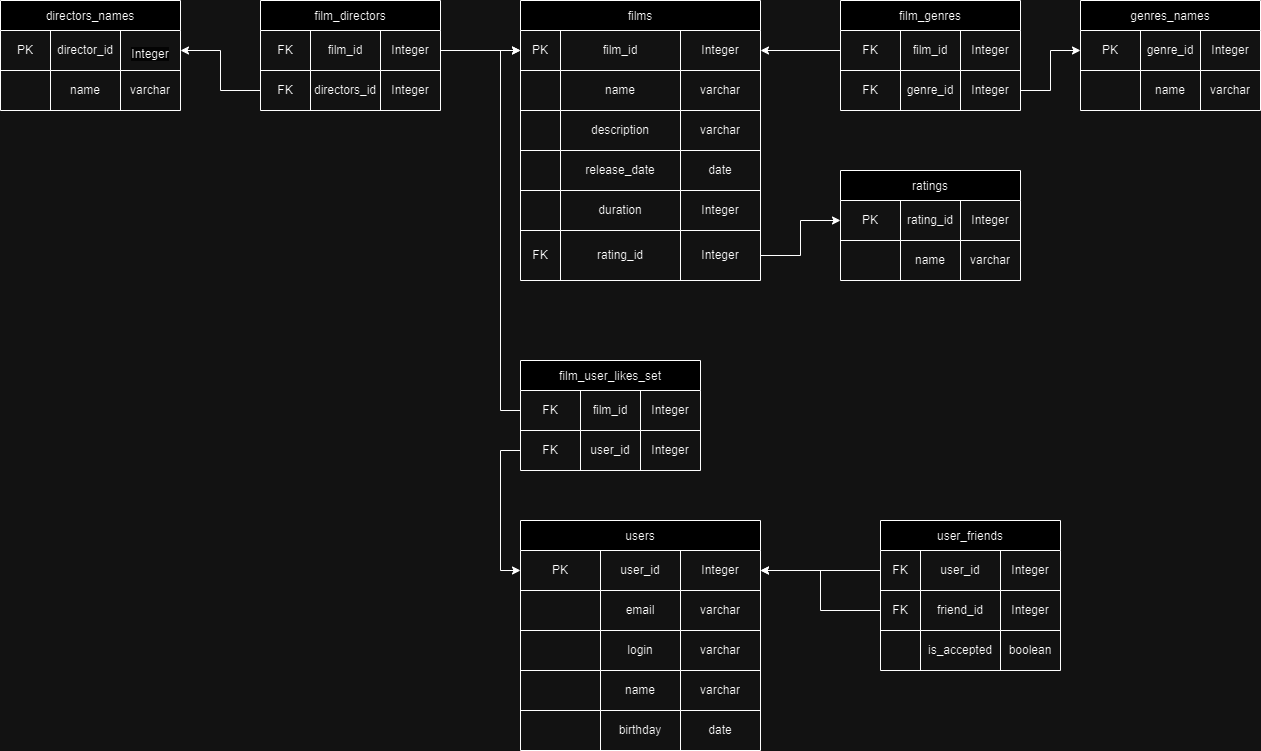
Above: filmorate_database.drawio.png in TimmyJimmy5/java-filmorate (draw.io), before the change. Source tidied: cells renumbered, new cells last; positions are measured from the earlier drawing's top-left corner, leaving out a move shared by most shapes.
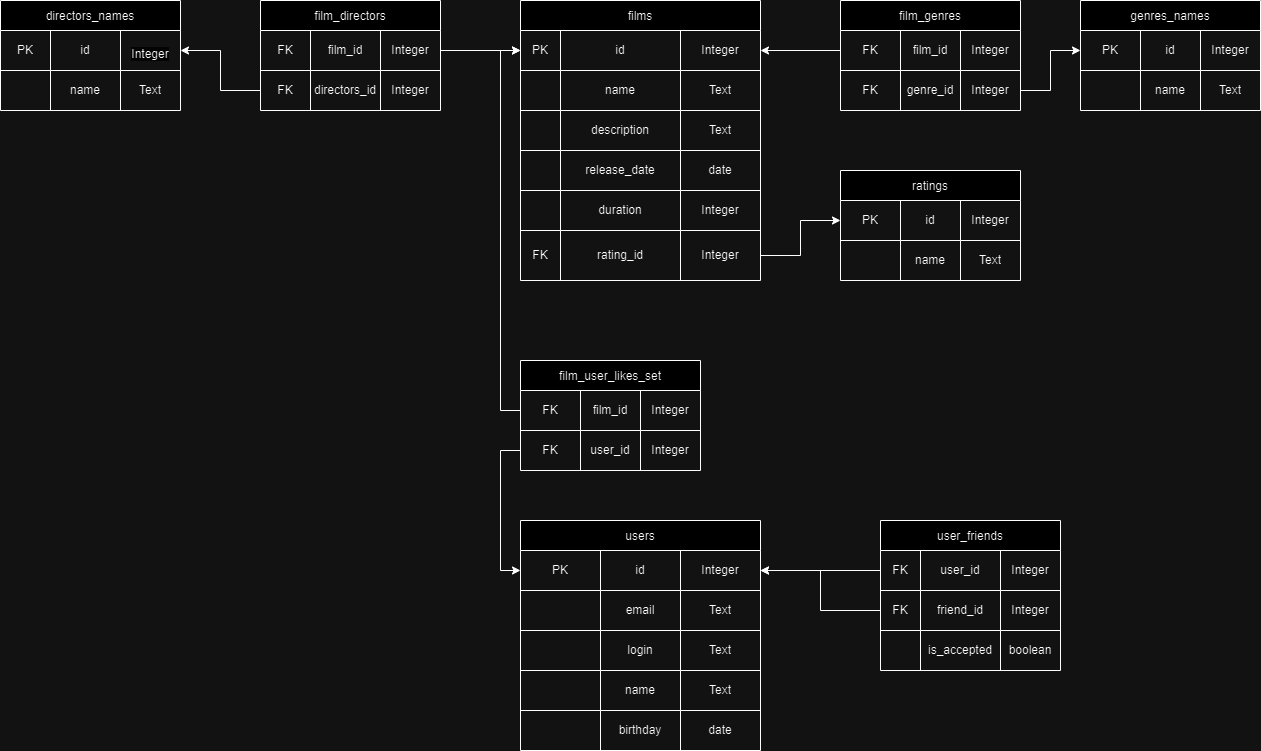
Later version of the same file.

The edit, as a diff of the source:
```diff
@@ -11,7 +11,7 @@
     <mxCell id="4" value="PK" style="shape=partialRectangle;html=1;whiteSpace=wrap;strokeColor=inherit;overflow=hidden;fillColor=none;top=0;left=0;bottom=0;right=0;" parent="3" vertex="1">
       <mxGeometry width="40" height="40" as="geometry" />
     </mxCell>
-    <mxCell id="5" value="film_id" style="shape=partialRectangle;html=1;whiteSpace=wrap;strokeColor=inherit;overflow=hidden;fillColor=none;top=0;left=0;bottom=0;right=0;" parent="3" vertex="1">
+    <mxCell id="5" value="id" style="shape=partialRectangle;html=1;whiteSpace=wrap;strokeColor=inherit;overflow=hidden;fillColor=none;top=0;left=0;bottom=0;right=0;" parent="3" vertex="1">
       <mxGeometry x="40" width="120" height="40" as="geometry" />
     </mxCell>
     <mxCell id="6" value="Integer" style="shape=partialRectangle;html=1;whiteSpace=wrap;strokeColor=inherit;overflow=hidden;fillColor=none;top=0;left=0;bottom=0;right=0;" parent="3" vertex="1">
@@ -26,7 +26,7 @@
     <mxCell id="9" value="name" style="shape=partialRectangle;html=1;whiteSpace=wrap;strokeColor=inherit;overflow=hidden;fillColor=none;top=0;left=0;bottom=0;right=0;" parent="7" vertex="1">
       <mxGeometry x="40" width="120" height="40" as="geometry" />
     </mxCell>
-    <mxCell id="10" value="varchar" style="shape=partialRectangle;html=1;whiteSpace=wrap;strokeColor=inherit;overflow=hidden;fillColor=none;top=0;left=0;bottom=0;right=0;" parent="7" vertex="1">
+    <mxCell id="10" value="Text" style="shape=partialRectangle;html=1;whiteSpace=wrap;strokeColor=inherit;overflow=hidden;fillColor=none;top=0;left=0;bottom=0;right=0;" parent="7" vertex="1">
       <mxGeometry x="160" width="80" height="40" as="geometry" />
     </mxCell>
     <mxCell id="11" style="shape=tableRow;horizontal=0;startSize=0;swimlaneHead=0;swimlaneBody=0;strokeColor=inherit;top=0;left=0;bottom=0;right=0;fillColor=none;" parent="2" vertex="1">
@@ -38,7 +38,7 @@
     <mxCell id="13" value="description" style="shape=partialRectangle;html=1;whiteSpace=wrap;strokeColor=inherit;overflow=hidden;fillColor=none;top=0;left=0;bottom=0;right=0;" parent="11" vertex="1">
       <mxGeometry x="40" width="120" height="40" as="geometry" />
     </mxCell>
-    <mxCell id="14" value="varchar" style="shape=partialRectangle;html=1;whiteSpace=wrap;strokeColor=inherit;overflow=hidden;fillColor=none;top=0;left=0;bottom=0;right=0;" parent="11" vertex="1">
+    <mxCell id="14" value="Text" style="shape=partialRectangle;html=1;whiteSpace=wrap;strokeColor=inherit;overflow=hidden;fillColor=none;top=0;left=0;bottom=0;right=0;" parent="11" vertex="1">
       <mxGeometry x="160" width="80" height="40" as="geometry" />
     </mxCell>
     <mxCell id="15" style="shape=tableRow;horizontal=0;startSize=0;swimlaneHead=0;swimlaneBody=0;strokeColor=inherit;top=0;left=0;bottom=0;right=0;fillColor=none;" parent="2" vertex="1">
@@ -89,7 +89,7 @@
     <mxCell id="30" value="PK" style="shape=partialRectangle;html=1;whiteSpace=wrap;strokeColor=inherit;overflow=hidden;fillColor=none;top=0;left=0;bottom=0;right=0;" parent="29" vertex="1">
       <mxGeometry width="80" height="40" as="geometry" />
     </mxCell>
-    <mxCell id="31" value="user_id" style="shape=partialRectangle;html=1;whiteSpace=wrap;strokeColor=inherit;overflow=hidden;fillColor=none;top=0;left=0;bottom=0;right=0;" parent="29" vertex="1">
+    <mxCell id="31" value="id" style="shape=partialRectangle;html=1;whiteSpace=wrap;strokeColor=inherit;overflow=hidden;fillColor=none;top=0;left=0;bottom=0;right=0;" parent="29" vertex="1">
       <mxGeometry x="80" width="80" height="40" as="geometry" />
     </mxCell>
     <mxCell id="32" value="Integer" style="shape=partialRectangle;html=1;whiteSpace=wrap;strokeColor=inherit;overflow=hidden;fillColor=none;top=0;left=0;bottom=0;right=0;" parent="29" vertex="1">
@@ -104,7 +104,7 @@
     <mxCell id="35" value="email" style="shape=partialRectangle;html=1;whiteSpace=wrap;strokeColor=inherit;overflow=hidden;fillColor=none;top=0;left=0;bottom=0;right=0;" parent="33" vertex="1">
       <mxGeometry x="80" width="80" height="40" as="geometry" />
     </mxCell>
-    <mxCell id="36" value="varchar" style="shape=partialRectangle;html=1;whiteSpace=wrap;strokeColor=inherit;overflow=hidden;fillColor=none;top=0;left=0;bottom=0;right=0;" parent="33" vertex="1">
+    <mxCell id="36" value="Text" style="shape=partialRectangle;html=1;whiteSpace=wrap;strokeColor=inherit;overflow=hidden;fillColor=none;top=0;left=0;bottom=0;right=0;" parent="33" vertex="1">
       <mxGeometry x="160" width="80" height="40" as="geometry" />
     </mxCell>
     <mxCell id="37" style="shape=tableRow;horizontal=0;startSize=0;swimlaneHead=0;swimlaneBody=0;strokeColor=inherit;top=0;left=0;bottom=0;right=0;fillColor=none;" parent="28" vertex="1">
@@ -116,7 +116,7 @@
     <mxCell id="39" value="login" style="shape=partialRectangle;html=1;whiteSpace=wrap;strokeColor=inherit;overflow=hidden;fillColor=none;top=0;left=0;bottom=0;right=0;" parent="37" vertex="1">
       <mxGeometry x="80" width="80" height="40" as="geometry" />
     </mxCell>
-    <mxCell id="40" value="varchar" style="shape=partialRectangle;html=1;whiteSpace=wrap;strokeColor=inherit;overflow=hidden;fillColor=none;top=0;left=0;bottom=0;right=0;" parent="37" vertex="1">
+    <mxCell id="40" value="Text" style="shape=partialRectangle;html=1;whiteSpace=wrap;strokeColor=inherit;overflow=hidden;fillColor=none;top=0;left=0;bottom=0;right=0;" parent="37" vertex="1">
       <mxGeometry x="160" width="80" height="40" as="geometry" />
     </mxCell>
     <mxCell id="41" style="shape=tableRow;horizontal=0;startSize=0;swimlaneHead=0;swimlaneBody=0;strokeColor=inherit;top=0;left=0;bottom=0;right=0;fillColor=none;" parent="28" vertex="1">
@@ -128,7 +128,7 @@
     <mxCell id="43" value="name" style="shape=partialRectangle;html=1;whiteSpace=wrap;strokeColor=inherit;overflow=hidden;fillColor=none;top=0;left=0;bottom=0;right=0;" parent="41" vertex="1">
       <mxGeometry x="80" width="80" height="40" as="geometry" />
     </mxCell>
-    <mxCell id="44" value="varchar" style="shape=partialRectangle;html=1;whiteSpace=wrap;strokeColor=inherit;overflow=hidden;fillColor=none;top=0;left=0;bottom=0;right=0;" parent="41" vertex="1">
+    <mxCell id="44" value="Text" style="shape=partialRectangle;html=1;whiteSpace=wrap;strokeColor=inherit;overflow=hidden;fillColor=none;top=0;left=0;bottom=0;right=0;" parent="41" vertex="1">
       <mxGeometry x="160" width="80" height="40" as="geometry" />
     </mxCell>
     <mxCell id="45" style="shape=tableRow;horizontal=0;startSize=0;swimlaneHead=0;swimlaneBody=0;strokeColor=inherit;top=0;left=0;bottom=0;right=0;fillColor=none;" parent="28" vertex="1">
@@ -152,7 +152,7 @@
     <mxCell id="51" value="PK" style="shape=partialRectangle;html=1;whiteSpace=wrap;strokeColor=inherit;overflow=hidden;fillColor=none;top=0;left=0;bottom=0;right=0;" parent="50" vertex="1">
       <mxGeometry width="60" height="40" as="geometry" />
     </mxCell>
-    <mxCell id="52" value="genre_id" style="shape=partialRectangle;html=1;whiteSpace=wrap;strokeColor=inherit;overflow=hidden;fillColor=none;top=0;left=0;bottom=0;right=0;" parent="50" vertex="1">
+    <mxCell id="52" value="id" style="shape=partialRectangle;html=1;whiteSpace=wrap;strokeColor=inherit;overflow=hidden;fillColor=none;top=0;left=0;bottom=0;right=0;" parent="50" vertex="1">
       <mxGeometry x="60" width="60" height="40" as="geometry" />
     </mxCell>
     <mxCell id="53" value="Integer" style="shape=partialRectangle;html=1;whiteSpace=wrap;strokeColor=inherit;overflow=hidden;fillColor=none;top=0;left=0;bottom=0;right=0;" parent="50" vertex="1">
@@ -167,7 +167,7 @@
     <mxCell id="56" value="name" style="shape=partialRectangle;html=1;whiteSpace=wrap;strokeColor=inherit;overflow=hidden;fillColor=none;top=0;left=0;bottom=0;right=0;" parent="54" vertex="1">
       <mxGeometry x="60" width="60" height="40" as="geometry" />
     </mxCell>
-    <mxCell id="57" value="varchar" style="shape=partialRectangle;html=1;whiteSpace=wrap;strokeColor=inherit;overflow=hidden;fillColor=none;top=0;left=0;bottom=0;right=0;" parent="54" vertex="1">
+    <mxCell id="57" value="Text" style="shape=partialRectangle;html=1;whiteSpace=wrap;strokeColor=inherit;overflow=hidden;fillColor=none;top=0;left=0;bottom=0;right=0;" parent="54" vertex="1">
       <mxGeometry x="120" width="60" height="40" as="geometry" />
     </mxCell>
     <mxCell id="58" value="film_genres" style="shape=table;startSize=30;" parent="1" vertex="1">
@@ -206,7 +206,7 @@
     <mxCell id="69" value="PK" style="shape=partialRectangle;html=1;whiteSpace=wrap;strokeColor=inherit;overflow=hidden;fillColor=none;top=0;left=0;bottom=0;right=0;" parent="68" vertex="1">
       <mxGeometry width="60" height="40" as="geometry" />
     </mxCell>
-    <mxCell id="70" value="rating_id" style="shape=partialRectangle;html=1;whiteSpace=wrap;strokeColor=inherit;overflow=hidden;fillColor=none;top=0;left=0;bottom=0;right=0;" parent="68" vertex="1">
+    <mxCell id="70" value="id" style="shape=partialRectangle;html=1;whiteSpace=wrap;strokeColor=inherit;overflow=hidden;fillColor=none;top=0;left=0;bottom=0;right=0;" parent="68" vertex="1">
       <mxGeometry x="60" width="60" height="40" as="geometry" />
     </mxCell>
     <mxCell id="71" value="Integer" style="shape=partialRectangle;html=1;whiteSpace=wrap;strokeColor=inherit;overflow=hidden;fillColor=none;top=0;left=0;bottom=0;right=0;" parent="68" vertex="1">
@@ -221,7 +221,7 @@
     <mxCell id="74" value="name" style="shape=partialRectangle;html=1;whiteSpace=wrap;strokeColor=inherit;overflow=hidden;fillColor=none;top=0;left=0;bottom=0;right=0;" parent="72" vertex="1">
       <mxGeometry x="60" width="60" height="40" as="geometry" />
     </mxCell>
-    <mxCell id="75" value="varchar" style="shape=partialRectangle;html=1;whiteSpace=wrap;strokeColor=inherit;overflow=hidden;fillColor=none;top=0;left=0;bottom=0;right=0;" parent="72" vertex="1">
+    <mxCell id="75" value="Text" style="shape=partialRectangle;html=1;whiteSpace=wrap;strokeColor=inherit;overflow=hidden;fillColor=none;top=0;left=0;bottom=0;right=0;" parent="72" vertex="1">
       <mxGeometry x="120" width="60" height="40" as="geometry" />
     </mxCell>
     <mxCell id="76" value="film_directors" style="shape=table;startSize=30;" parent="1" vertex="1">
@@ -260,7 +260,7 @@
     <mxCell id="87" value="PK" style="shape=partialRectangle;html=1;whiteSpace=wrap;strokeColor=inherit;overflow=hidden;fillColor=none;top=0;left=0;bottom=0;right=0;" parent="86" vertex="1">
       <mxGeometry width="50" height="40" as="geometry" />
     </mxCell>
-    <mxCell id="88" value="director_id" style="shape=partialRectangle;html=1;whiteSpace=wrap;strokeColor=inherit;overflow=hidden;fillColor=none;top=0;left=0;bottom=0;right=0;" parent="86" vertex="1">
+    <mxCell id="88" value="id" style="shape=partialRectangle;html=1;whiteSpace=wrap;strokeColor=inherit;overflow=hidden;fillColor=none;top=0;left=0;bottom=0;right=0;" parent="86" vertex="1">
       <mxGeometry x="50" width="70" height="40" as="geometry" />
     </mxCell>
     <mxCell id="89" value="&#10;&lt;span style=&quot;color: rgb(0, 0, 0); font-family: Helvetica; font-size: 12px; font-style: normal; font-variant-ligatures: normal; font-variant-caps: normal; font-weight: 400; letter-spacing: normal; orphans: 2; text-align: center; text-indent: 0px; text-transform: none; widows: 2; word-spacing: 0px; -webkit-text-stroke-width: 0px; white-space: normal; background-color: rgb(251, 251, 251); text-decoration-thickness: initial; text-decoration-style: initial; text-decoration-color: initial; display: inline !important; float: none;&quot;&gt;Integer&lt;/span&gt;&#10;&#10;" style="shape=partialRectangle;html=1;whiteSpace=wrap;strokeColor=inherit;overflow=hidden;fillColor=none;top=0;left=0;bottom=0;right=0;" parent="86" vertex="1">
@@ -275,7 +275,7 @@
     <mxCell id="92" value="name" style="shape=partialRectangle;html=1;whiteSpace=wrap;strokeColor=inherit;overflow=hidden;fillColor=none;top=0;left=0;bottom=0;right=0;" parent="90" vertex="1">
       <mxGeometry x="50" width="70" height="40" as="geometry" />
     </mxCell>
-    <mxCell id="93" value="varchar" style="shape=partialRectangle;html=1;whiteSpace=wrap;strokeColor=inherit;overflow=hidden;fillColor=none;top=0;left=0;bottom=0;right=0;" parent="90" vertex="1">
+    <mxCell id="93" value="Text" style="shape=partialRectangle;html=1;whiteSpace=wrap;strokeColor=inherit;overflow=hidden;fillColor=none;top=0;left=0;bottom=0;right=0;" parent="90" vertex="1">
       <mxGeometry x="120" width="60" height="40" as="geometry" />
     </mxCell>
     <mxCell id="94" value="film_user_likes_set" style="shape=table;startSize=30;" parent="1" vertex="1">
```
